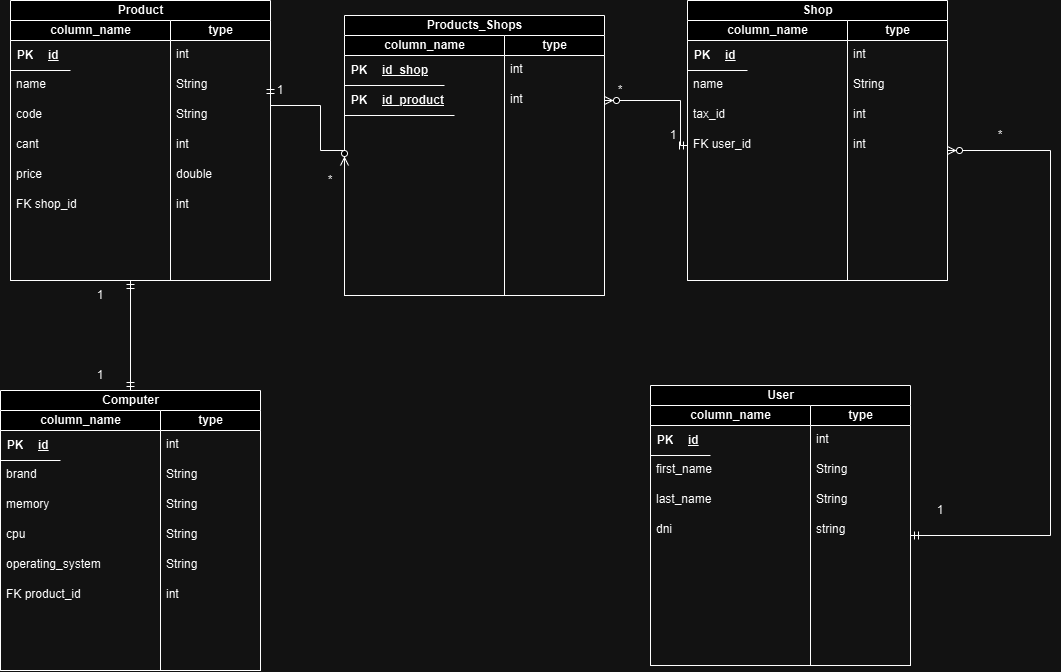
Earlier version of the draw.io export screenshot/relational entity diagram.drawio.png (abdiaslabrador/java_computers_shop_api_ff5). Source tidied: cells renumbered, new cells last; positions are measured from the earlier drawing's top-left corner, leaving out a move shared by most shapes.
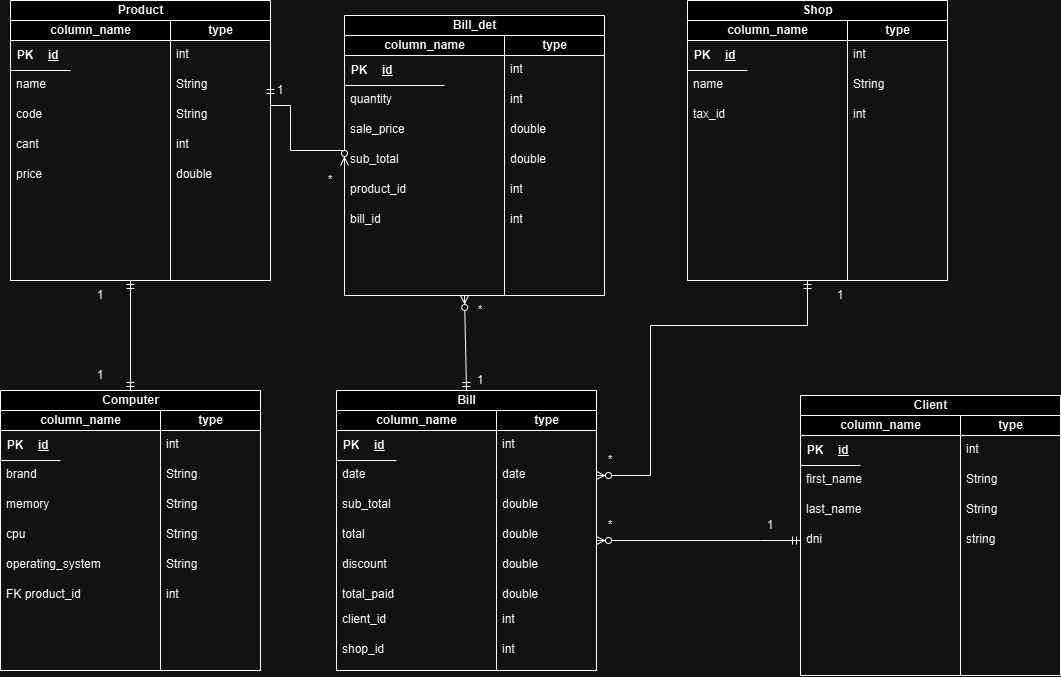
Later version of the same file.

The edit, as a diff of the source:
```diff
@@ -38,15 +38,6 @@
     <mxCell id="13" value="String" style="text;align=left;verticalAlign=top;spacingLeft=4;spacingRight=4;overflow=hidden;" parent="10" vertex="1">
       <mxGeometry y="50" width="80" height="30" as="geometry" />
     </mxCell>
-    <mxCell id="14" value="FK user_id" style="text;align=left;verticalAlign=top;spacingLeft=4;spacingRight=4;overflow=hidden;points=[[0,0.5],[1,0.5]];portConstraint=eastwest;" parent="10" vertex="1">
-      <mxGeometry x="-160" y="110" width="110" height="30" as="geometry" />
-    </mxCell>
-    <mxCell id="15" value="int" style="text;align=left;verticalAlign=top;spacingLeft=4;spacingRight=4;overflow=hidden;" parent="10" vertex="1">
-      <mxGeometry y="110" width="80" height="30" as="geometry" />
-    </mxCell>
-    <mxCell id="16" value="1" style="text;html=1;align=center;verticalAlign=middle;whiteSpace=wrap;rounded=0;" parent="10" vertex="1">
-      <mxGeometry x="-204" y="100" width="60" height="30" as="geometry" />
-    </mxCell>
     <mxCell id="17" value="Computer" style="swimlane;startSize=20;html=1;" parent="1" vertex="1">
       <mxGeometry y="390" width="260" height="280" as="geometry" />
     </mxCell>
@@ -101,8 +92,8 @@
     <mxCell id="34" value="int" style="text;align=left;verticalAlign=top;spacingLeft=4;spacingRight=4;overflow=hidden;" parent="27" vertex="1">
       <mxGeometry y="170" width="80" height="30" as="geometry" />
     </mxCell>
-    <mxCell id="35" value="User" style="swimlane;startSize=20;html=1;" parent="1" vertex="1">
-      <mxGeometry x="650" y="385" width="260" height="280" as="geometry" />
+    <mxCell id="35" value="Client" style="swimlane;startSize=20;html=1;" parent="1" vertex="1">
+      <mxGeometry x="800" y="395" width="260" height="280" as="geometry" />
     </mxCell>
     <mxCell id="36" value="column_name" style="swimlane;startSize=20;html=1;" parent="35" vertex="1">
       <mxGeometry y="20" width="160" height="260" as="geometry" />
@@ -143,11 +134,10 @@
     <mxCell id="48" value="string" style="text;align=left;verticalAlign=top;spacingLeft=4;spacingRight=4;overflow=hidden;" parent="44" vertex="1">
       <mxGeometry y="110" width="80" height="30" as="geometry" />
     </mxCell>
-    <mxCell id="49" style="fontSize=12;html=1;endArrow=ERzeroToMany;startArrow=ERmandOne;rounded=0;edgeStyle=orthogonalEdgeStyle;elbow=vertical;exitX=1;exitY=0.5;exitDx=0;exitDy=0;entryX=1;entryY=0.5;entryDx=0;entryDy=0;" parent="1" edge="1" source="44" target="10">
+    <mxCell id="49" style="fontSize=12;html=1;endArrow=ERzeroToMany;startArrow=ERmandOne;rounded=0;edgeStyle=orthogonalEdgeStyle;elbow=vertical;exitX=0;exitY=0.5;exitDx=0;exitDy=0;entryX=1;entryY=0.5;entryDx=0;entryDy=0;" parent="1" edge="1" source="39" target="109">
       <mxGeometry relative="1" as="geometry">
         <Array as="points">
-          <mxPoint x="1050" y="535" />
-          <mxPoint x="1050" y="150" />
+          <mxPoint x="760" y="540" />
         </Array>
       </mxGeometry>
     </mxCell>
@@ -181,9 +171,6 @@
     <mxCell id="59" value="price" style="text;align=left;verticalAlign=top;spacingLeft=4;spacingRight=4;overflow=hidden;" parent="51" vertex="1">
       <mxGeometry y="140" width="110" height="30" as="geometry" />
     </mxCell>
-    <mxCell id="60" value="FK shop_id" style="text;align=left;verticalAlign=top;spacingLeft=4;spacingRight=4;overflow=hidden;" parent="51" vertex="1">
-      <mxGeometry y="170" width="110" height="30" as="geometry" />
-    </mxCell>
     <mxCell id="61" value="type" style="swimlane;startSize=20;html=1;" parent="50" vertex="1">
       <mxGeometry x="160" y="20" width="100" height="260" as="geometry" />
     </mxCell>
@@ -202,33 +189,16 @@
     <mxCell id="66" value="double" style="text;align=left;verticalAlign=top;spacingLeft=4;spacingRight=4;overflow=hidden;" parent="61" vertex="1">
       <mxGeometry y="140" width="80" height="30" as="geometry" />
     </mxCell>
-    <mxCell id="67" value="int" style="text;align=left;verticalAlign=top;spacingLeft=4;spacingRight=4;overflow=hidden;" parent="61" vertex="1">
-      <mxGeometry y="170" width="80" height="30" as="geometry" />
-    </mxCell>
     <mxCell id="68" style="fontSize=12;html=1;endArrow=ERmandOne;startArrow=ERmandOne;rounded=0;entryX=0.75;entryY=1;entryDx=0;entryDy=0;exitX=0.5;exitY=0;exitDx=0;exitDy=0;" parent="1" edge="1" source="17" target="51">
       <mxGeometry relative="1" as="geometry" />
     </mxCell>
-    <mxCell id="69" style="fontSize=12;html=1;endArrow=ERzeroToMany;startArrow=ERmandOne;rounded=0;edgeStyle=orthogonalEdgeStyle;elbow=vertical;exitX=0;exitY=0.5;exitDx=0;exitDy=0;entryX=1;entryY=0.25;entryDx=0;entryDy=0;" parent="1" edge="1" source="14" target="80">
-      <mxGeometry relative="1" as="geometry">
-        <Array as="points">
-          <mxPoint x="680" y="145" />
-          <mxPoint x="680" y="100" />
-        </Array>
-      </mxGeometry>
-    </mxCell>
-    <mxCell id="70" value="*" style="text;html=1;align=center;verticalAlign=middle;whiteSpace=wrap;rounded=0;" parent="1" vertex="1">
-      <mxGeometry x="970" y="120" width="60" height="30" as="geometry" />
-    </mxCell>
-    <mxCell id="71" value="1" style="text;html=1;align=center;verticalAlign=middle;whiteSpace=wrap;rounded=0;" parent="1" vertex="1">
-      <mxGeometry x="910" y="495" width="60" height="30" as="geometry" />
-    </mxCell>
     <mxCell id="72" value="1" style="text;html=1;align=center;verticalAlign=middle;whiteSpace=wrap;rounded=0;" parent="1" vertex="1">
       <mxGeometry x="70" y="280" width="60" height="30" as="geometry" />
     </mxCell>
     <mxCell id="73" value="1" style="text;html=1;align=center;verticalAlign=middle;whiteSpace=wrap;rounded=0;" parent="1" vertex="1">
       <mxGeometry x="70" y="360" width="60" height="30" as="geometry" />
     </mxCell>
-    <mxCell id="74" value="Products_Shops" style="swimlane;startSize=20;html=1;" parent="1" vertex="1">
+    <mxCell id="74" value="Bill_det" style="swimlane;startSize=20;html=1;" parent="1" vertex="1">
       <mxGeometry x="344" y="15" width="260" height="280" as="geometry" />
     </mxCell>
     <mxCell id="75" value="column_name" style="swimlane;startSize=20;html=1;" parent="74" vertex="1">
@@ -243,42 +213,57 @@
     <mxCell id="78" value="PK" style="shape=partialRectangle;fillColor=none;top=0;left=0;bottom=0;right=0;fontStyle=1;overflow=hidden;whiteSpace=wrap;html=1;" parent="77" vertex="1">
       <mxGeometry width="30" height="30" as="geometry" />
     </mxCell>
-    <mxCell id="79" value="id_shop" style="shape=partialRectangle;fillColor=none;top=0;left=0;bottom=0;right=0;align=left;spacingLeft=6;fontStyle=5;overflow=hidden;whiteSpace=wrap;html=1;" parent="77" vertex="1">
+    <mxCell id="79" value="id" style="shape=partialRectangle;fillColor=none;top=0;left=0;bottom=0;right=0;align=left;spacingLeft=6;fontStyle=5;overflow=hidden;whiteSpace=wrap;html=1;" parent="77" vertex="1">
       <mxGeometry x="30" width="70" height="30" as="geometry" />
     </mxCell>
+    <mxCell id="91" value="quantity" style="text;align=left;verticalAlign=top;spacingLeft=4;spacingRight=4;overflow=hidden;" parent="75" vertex="1">
+      <mxGeometry y="50" width="110" height="30" as="geometry" />
+    </mxCell>
+    <mxCell id="92" value="sale_price" style="text;align=left;verticalAlign=top;spacingLeft=4;spacingRight=4;overflow=hidden;" parent="75" vertex="1">
+      <mxGeometry y="80" width="110" height="30" as="geometry" />
+    </mxCell>
+    <mxCell id="93" value="sub_total" style="text;align=left;verticalAlign=top;spacingLeft=4;spacingRight=4;overflow=hidden;" parent="75" vertex="1">
+      <mxGeometry y="110" width="110" height="30" as="geometry" />
+    </mxCell>
+    <mxCell id="94" value="product_id" style="text;align=left;verticalAlign=top;spacingLeft=4;spacingRight=4;overflow=hidden;" parent="75" vertex="1">
+      <mxGeometry y="140" width="110" height="30" as="geometry" />
+    </mxCell>
+    <mxCell id="95" value="bill_id" style="text;align=left;verticalAlign=top;spacingLeft=4;spacingRight=4;overflow=hidden;" parent="75" vertex="1">
+      <mxGeometry y="170" width="110" height="30" as="geometry" />
+    </mxCell>
     <mxCell id="80" value="type" style="swimlane;startSize=20;html=1;" parent="74" vertex="1">
       <mxGeometry x="160" y="20" width="100" height="260" as="geometry" />
     </mxCell>
     <mxCell id="81" value="int" style="text;align=left;verticalAlign=top;spacingLeft=4;spacingRight=4;overflow=hidden;" parent="80" vertex="1">
       <mxGeometry y="20" width="80" height="30" as="geometry" />
     </mxCell>
-    <mxCell id="82" style="shape=table;startSize=0;rowLines=0;fontStyle=0;align=center;strokeColor=none;fillColor=none;" parent="80" vertex="1">
-      <mxGeometry x="-160" y="50" width="110" height="30" as="geometry" />
-    </mxCell>
-    <mxCell id="83" style="shape=tableRow;horizontal=0;startSize=0;swimlaneHead=0;swimlaneBody=0;fillColor=none;top=0;left=0;right=0;bottom=1;" parent="82" vertex="1">
-      <mxGeometry width="110" height="30" as="geometry" />
-    </mxCell>
-    <mxCell id="84" value="PK" style="shape=partialRectangle;fillColor=none;top=0;left=0;bottom=0;right=0;fontStyle=1;overflow=hidden;whiteSpace=wrap;html=1;" parent="83" vertex="1">
-      <mxGeometry width="30" height="30" as="geometry" />
-    </mxCell>
-    <mxCell id="85" value="id_product" style="shape=partialRectangle;fillColor=none;top=0;left=0;bottom=0;right=0;align=left;spacingLeft=6;fontStyle=5;overflow=hidden;whiteSpace=wrap;html=1;" parent="83" vertex="1">
-      <mxGeometry x="30" width="80" height="30" as="geometry" />
-    </mxCell>
     <mxCell id="86" value="int" style="text;align=left;verticalAlign=top;spacingLeft=4;spacingRight=4;overflow=hidden;" parent="80" vertex="1">
       <mxGeometry y="50" width="80" height="30" as="geometry" />
     </mxCell>
+    <mxCell id="96" value="double" style="text;align=left;verticalAlign=top;spacingLeft=4;spacingRight=4;overflow=hidden;" parent="80" vertex="1">
+      <mxGeometry y="80" width="80" height="30" as="geometry" />
+    </mxCell>
+    <mxCell id="97" value="double" style="text;align=left;verticalAlign=top;spacingLeft=4;spacingRight=4;overflow=hidden;" parent="80" vertex="1">
+      <mxGeometry y="110" width="80" height="30" as="geometry" />
+    </mxCell>
+    <mxCell id="98" value="int" style="text;align=left;verticalAlign=top;spacingLeft=4;spacingRight=4;overflow=hidden;" parent="80" vertex="1">
+      <mxGeometry y="140" width="80" height="30" as="geometry" />
+    </mxCell>
+    <mxCell id="67" value="int" style="text;align=left;verticalAlign=top;spacingLeft=4;spacingRight=4;overflow=hidden;" parent="80" vertex="1">
+      <mxGeometry y="170" width="80" height="30" as="geometry" />
+    </mxCell>
     <mxCell id="87" style="fontSize=12;html=1;endArrow=ERzeroToMany;startArrow=ERmandOne;rounded=0;edgeStyle=orthogonalEdgeStyle;elbow=vertical;exitX=1;exitY=0.25;exitDx=0;exitDy=0;entryX=0;entryY=0.5;entryDx=0;entryDy=0;" parent="1" edge="1" source="61" target="75">
       <mxGeometry relative="1" as="geometry">
         <Array as="points">
           <mxPoint x="270" y="105" />
-          <mxPoint x="320" y="105" />
-          <mxPoint x="320" y="150" />
+          <mxPoint x="290" y="105" />
+          <mxPoint x="290" y="150" />
           <mxPoint x="344" y="150" />
         </Array>
       </mxGeometry>
     </mxCell>
     <mxCell id="88" value="*" style="text;html=1;align=center;verticalAlign=middle;whiteSpace=wrap;rounded=0;" parent="1" vertex="1">
-      <mxGeometry x="590" y="75" width="60" height="30" as="geometry" />
+      <mxGeometry x="450" y="295" width="60" height="30" as="geometry" />
     </mxCell>
     <mxCell id="89" value="*" style="text;html=1;align=center;verticalAlign=middle;whiteSpace=wrap;rounded=0;" parent="1" vertex="1">
       <mxGeometry x="300" y="165" width="60" height="30" as="geometry" />
@@ -286,5 +271,98 @@
     <mxCell id="90" value="1" style="text;html=1;align=center;verticalAlign=middle;whiteSpace=wrap;rounded=0;" parent="1" vertex="1">
       <mxGeometry x="250" y="75" width="60" height="30" as="geometry" />
     </mxCell>
+    <mxCell id="99" value="Bill" style="swimlane;startSize=20;html=1;" parent="1" vertex="1">
+      <mxGeometry x="336" y="390" width="260" height="280" as="geometry" />
+    </mxCell>
+    <mxCell id="100" value="column_name" style="swimlane;startSize=20;html=1;" parent="99" vertex="1">
+      <mxGeometry y="20" width="160" height="260" as="geometry" />
+    </mxCell>
+    <mxCell id="101" value="date" style="text;align=left;verticalAlign=top;spacingLeft=4;spacingRight=4;overflow=hidden;" parent="100" vertex="1">
+      <mxGeometry y="50" width="110" height="30" as="geometry" />
+    </mxCell>
+    <mxCell id="102" value="sub_total" style="text;align=left;verticalAlign=top;spacingLeft=4;spacingRight=4;overflow=hidden;" parent="100" vertex="1">
+      <mxGeometry y="80" width="110" height="30" as="geometry" />
+    </mxCell>
+    <mxCell id="103" value="total" style="text;align=left;verticalAlign=top;spacingLeft=4;spacingRight=4;overflow=hidden;" parent="100" vertex="1">
+      <mxGeometry y="110" width="140" height="30" as="geometry" />
+    </mxCell>
+    <mxCell id="104" value="discount" style="text;align=left;verticalAlign=top;spacingLeft=4;spacingRight=4;overflow=hidden;" parent="100" vertex="1">
+      <mxGeometry y="140" width="110" height="30" as="geometry" />
+    </mxCell>
+    <mxCell id="105" style="shape=table;startSize=0;rowLines=0;fontStyle=0;align=center;strokeColor=none;fillColor=none;" parent="100" vertex="1">
+      <mxGeometry y="20" width="60" height="30" as="geometry" />
+    </mxCell>
+    <mxCell id="106" style="shape=tableRow;horizontal=0;startSize=0;swimlaneHead=0;swimlaneBody=0;fillColor=none;top=0;left=0;right=0;bottom=1;" parent="105" vertex="1">
+      <mxGeometry width="60" height="30" as="geometry" />
+    </mxCell>
+    <mxCell id="84" value="PK" style="shape=partialRectangle;fillColor=none;top=0;left=0;bottom=0;right=0;fontStyle=1;overflow=hidden;whiteSpace=wrap;html=1;" parent="106" vertex="1">
+      <mxGeometry width="30" height="30" as="geometry" />
+    </mxCell>
+    <mxCell id="107" value="id" style="shape=partialRectangle;fillColor=none;top=0;left=0;bottom=0;right=0;align=left;spacingLeft=6;fontStyle=5;overflow=hidden;whiteSpace=wrap;html=1;" parent="106" vertex="1">
+      <mxGeometry x="30" width="30" height="30" as="geometry" />
+    </mxCell>
+    <mxCell id="108" value="shop_id" style="text;align=left;verticalAlign=top;spacingLeft=4;spacingRight=4;overflow=hidden;" parent="100" vertex="1">
+      <mxGeometry y="225" width="110" height="30" as="geometry" />
+    </mxCell>
+    <mxCell id="109" value="type" style="swimlane;startSize=20;html=1;" parent="99" vertex="1">
+      <mxGeometry x="160" y="20" width="100" height="260" as="geometry" />
+    </mxCell>
+    <mxCell id="110" value="int" style="text;align=left;verticalAlign=top;spacingLeft=4;spacingRight=4;overflow=hidden;" parent="109" vertex="1">
+      <mxGeometry y="20" width="80" height="30" as="geometry" />
+    </mxCell>
+    <mxCell id="111" value="double" style="text;align=left;verticalAlign=top;spacingLeft=4;spacingRight=4;overflow=hidden;" parent="109" vertex="1">
+      <mxGeometry y="80" width="80" height="30" as="geometry" />
+    </mxCell>
+    <mxCell id="112" value="date" style="text;align=left;verticalAlign=top;spacingLeft=4;spacingRight=4;overflow=hidden;" parent="109" vertex="1">
+      <mxGeometry y="50" width="80" height="30" as="geometry" />
+    </mxCell>
+    <mxCell id="113" value="double" style="text;align=left;verticalAlign=top;spacingLeft=4;spacingRight=4;overflow=hidden;" parent="109" vertex="1">
+      <mxGeometry y="110" width="80" height="30" as="geometry" />
+    </mxCell>
+    <mxCell id="114" value="double" style="text;align=left;verticalAlign=top;spacingLeft=4;spacingRight=4;overflow=hidden;" parent="109" vertex="1">
+      <mxGeometry y="140" width="80" height="30" as="geometry" />
+    </mxCell>
+    <mxCell id="115" value="total_paid" style="text;align=left;verticalAlign=top;spacingLeft=4;spacingRight=4;overflow=hidden;" parent="109" vertex="1">
+      <mxGeometry x="-160" y="170" width="110" height="30" as="geometry" />
+    </mxCell>
+    <mxCell id="116" value="double" style="text;align=left;verticalAlign=top;spacingLeft=4;spacingRight=4;overflow=hidden;" parent="109" vertex="1">
+      <mxGeometry y="170" width="80" height="30" as="geometry" />
+    </mxCell>
+    <mxCell id="117" value="client_id" style="text;align=left;verticalAlign=top;spacingLeft=4;spacingRight=4;overflow=hidden;" parent="109" vertex="1">
+      <mxGeometry x="-160" y="195" width="110" height="30" as="geometry" />
+    </mxCell>
+    <mxCell id="118" value="int" style="text;align=left;verticalAlign=top;spacingLeft=4;spacingRight=4;overflow=hidden;" parent="109" vertex="1">
+      <mxGeometry y="195" width="80" height="30" as="geometry" />
+    </mxCell>
+    <mxCell id="119" value="int" style="text;align=left;verticalAlign=top;spacingLeft=4;spacingRight=4;overflow=hidden;" parent="109" vertex="1">
+      <mxGeometry y="225" width="80" height="30" as="geometry" />
+    </mxCell>
+    <mxCell id="120" style="fontSize=12;html=1;endArrow=ERzeroToMany;startArrow=ERmandOne;rounded=0;edgeStyle=orthogonalEdgeStyle;elbow=vertical;exitX=0.75;exitY=1;exitDx=0;exitDy=0;entryX=1;entryY=0.25;entryDx=0;entryDy=0;" parent="1" edge="1" source="3" target="109">
+      <mxGeometry relative="1" as="geometry">
+        <Array as="points">
+          <mxPoint x="807" y="325" />
+          <mxPoint x="650" y="325" />
+          <mxPoint x="650" y="475" />
+        </Array>
+      </mxGeometry>
+    </mxCell>
+    <mxCell id="121" style="fontSize=12;html=1;endArrow=ERzeroToMany;startArrow=ERmandOne;rounded=0;elbow=vertical;exitX=0.5;exitY=0;exitDx=0;exitDy=0;entryX=0.75;entryY=1;entryDx=0;entryDy=0;" parent="1" edge="1" source="99" target="75">
+      <mxGeometry relative="1" as="geometry" />
+    </mxCell>
+    <mxCell id="16" value="1" style="text;html=1;align=center;verticalAlign=middle;whiteSpace=wrap;rounded=0;" parent="1" vertex="1">
+      <mxGeometry x="450" y="365" width="60" height="30" as="geometry" />
+    </mxCell>
+    <mxCell id="122" value="1" style="text;html=1;align=center;verticalAlign=middle;whiteSpace=wrap;rounded=0;" parent="1" vertex="1">
+      <mxGeometry x="810" y="280" width="60" height="30" as="geometry" />
+    </mxCell>
+    <mxCell id="123" value="*" style="text;html=1;align=center;verticalAlign=middle;whiteSpace=wrap;rounded=0;" parent="1" vertex="1">
+      <mxGeometry x="580" y="445" width="60" height="30" as="geometry" />
+    </mxCell>
+    <mxCell id="124" value="*" style="text;html=1;align=center;verticalAlign=middle;whiteSpace=wrap;rounded=0;" parent="1" vertex="1">
+      <mxGeometry x="580" y="510" width="60" height="30" as="geometry" />
+    </mxCell>
+    <mxCell id="125" value="1" style="text;html=1;align=center;verticalAlign=middle;whiteSpace=wrap;rounded=0;" parent="1" vertex="1">
+      <mxGeometry x="740" y="510" width="60" height="30" as="geometry" />
+    </mxCell>
   </root>
 </mxGraphModel>
```
